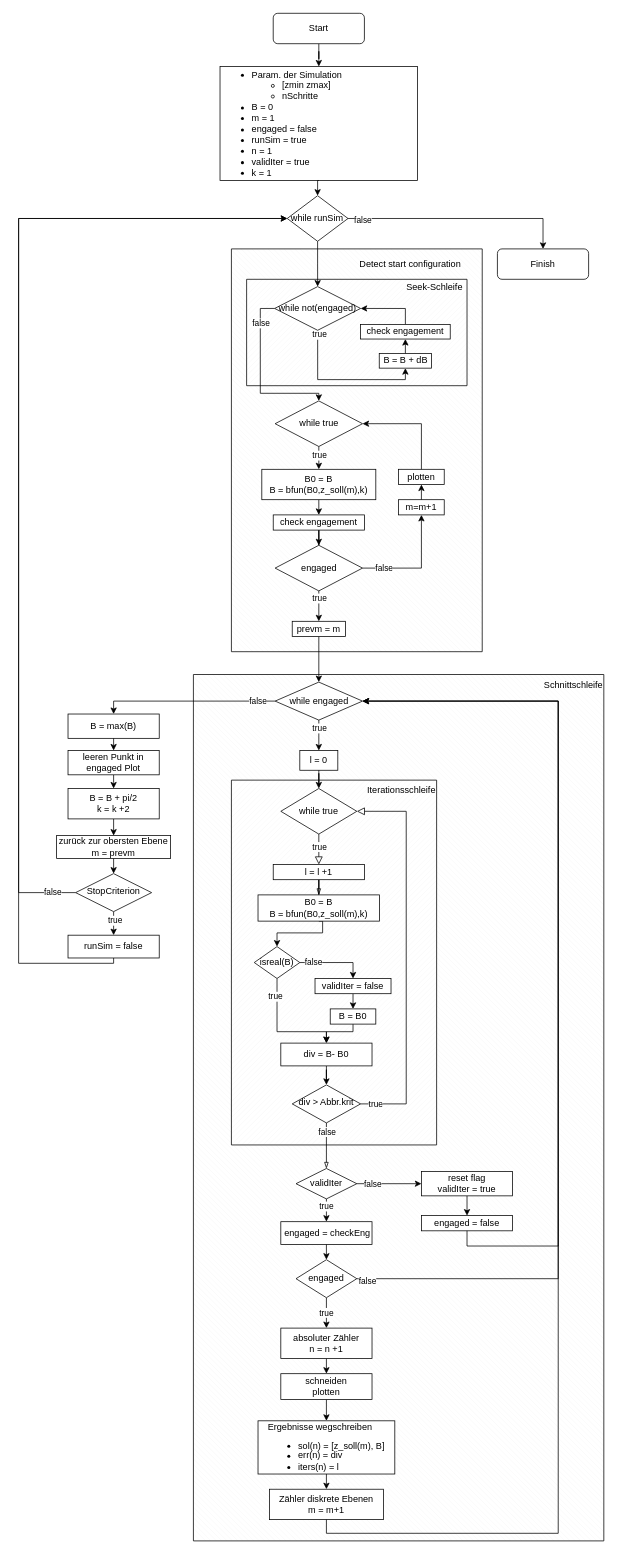
This is methods/vf1/vf1-flowchart.drawio from ChrisCalzolaio/ba, a draw.io file, before an edit. Source tidied: cells renumbered, new cells numbered last; positions are measured from the earlier drawing's top-left corner, leaving out a move shared by most shapes. Both pictures are drawn from the tidied source at 76%, with x=0, y=0 at pixel (18, 13).
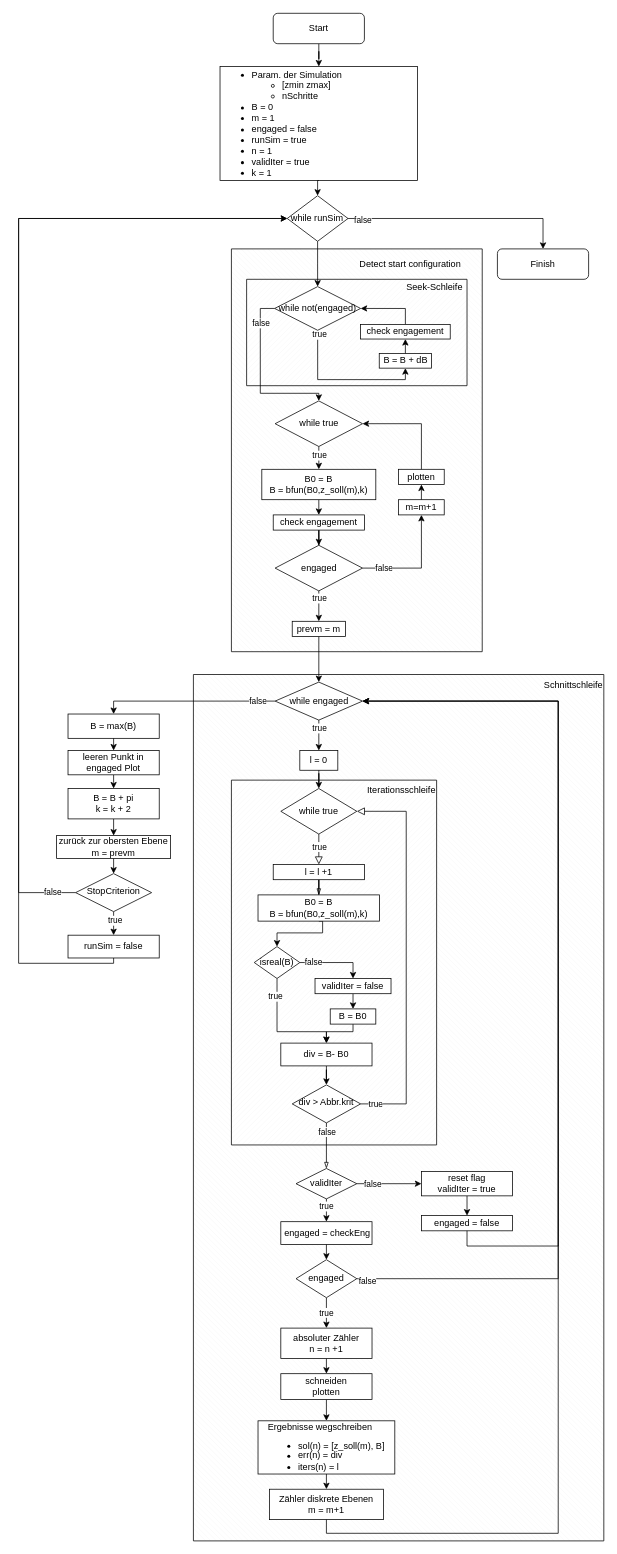
The same page after the edit.

The edit, as a diff of the source:
```diff
@@
-    <mxCell id="41" value="B = B + pi/2&lt;br&gt;k = k +2" style="rounded=0;whiteSpace=wrap;html=1;" parent="1" vertex="1">
+    <mxCell id="41" value="B = B + pi&lt;br&gt;k = k + 2" style="rounded=0;whiteSpace=wrap;html=1;" parent="1" vertex="1">
       <mxGeometry x="65" y="1020" width="120" height="40" as="geometry" />
     </mxCell>
```
